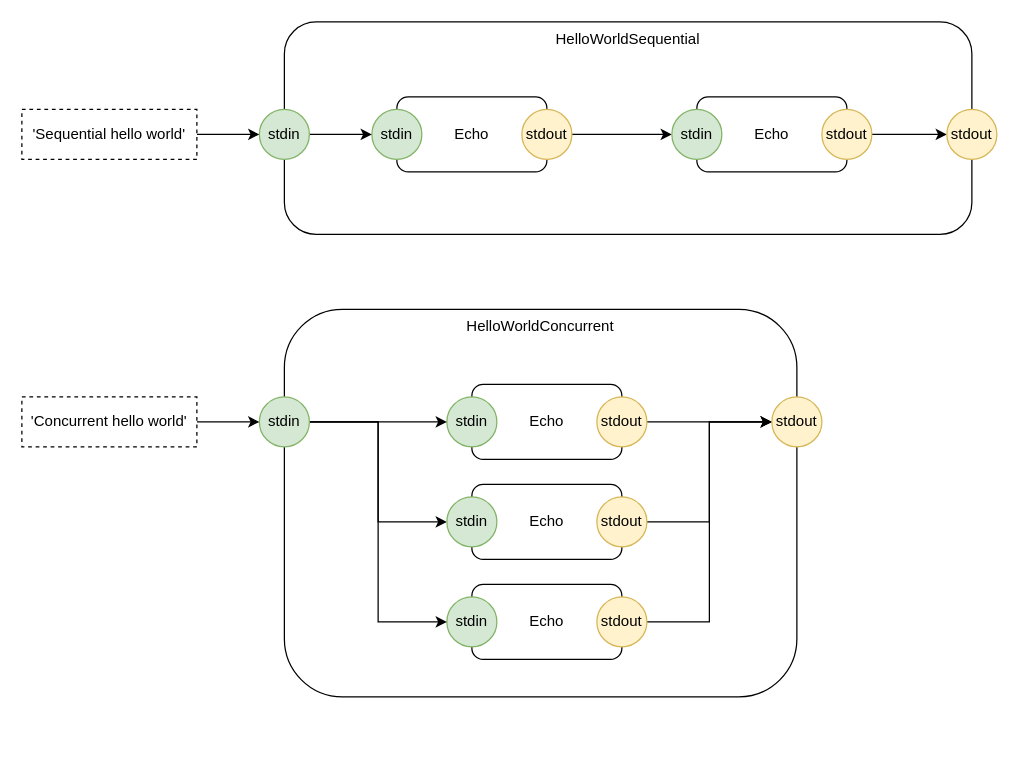
This is page "Test" (1 of 7) of doc/helloworld.drawio from guitarvydas/py0d, a draw.io file, before an edit. Source tidied: cells renumbered, new cells numbered last; positions are measured from the earlier drawing's top-left corner, leaving out a move shared by most shapes. Both pictures are drawn from the tidied source at 125%, with x=0, y=0 at pixel (21, 21).
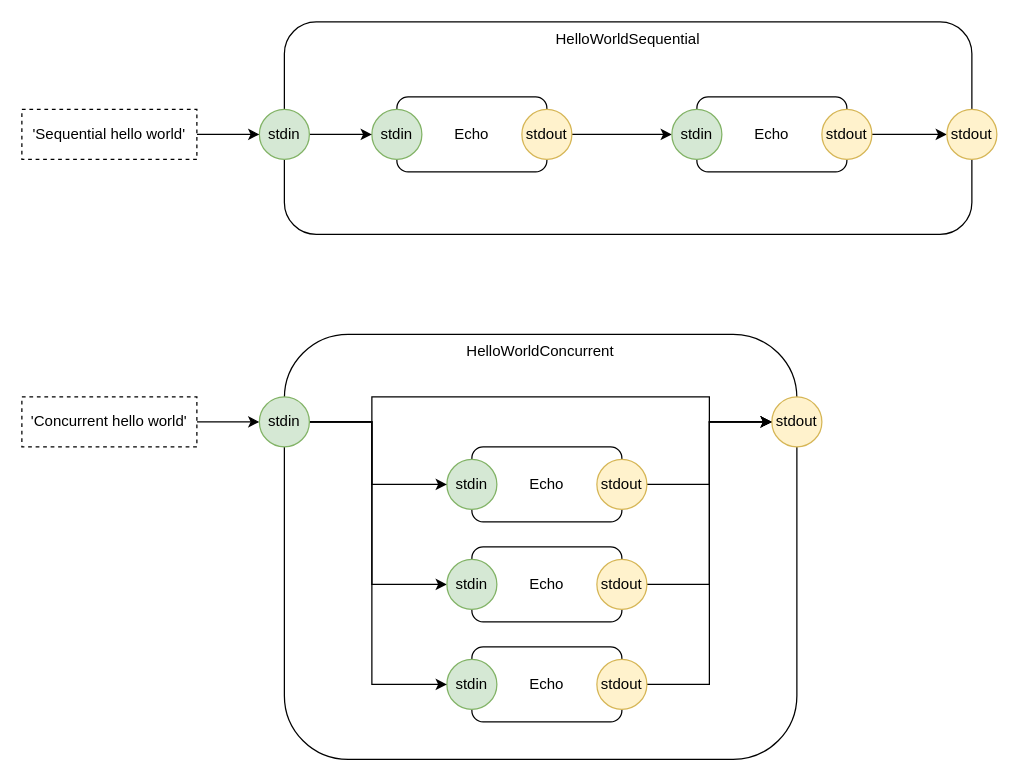
The same diagram, later.

The change refers to these unchanged cells:
```xml
<mxCell id="31" value="'Concurrent hello world'" style="rounded=0;whiteSpace=wrap;html=1;dashed=1;" parent="1" vertex="1">
  <mxGeometry y="300" width="140" height="40" as="geometry" />
</mxCell>
```

What changed in the source:
```diff
@@
-    <mxCell id="16" value="HelloWorldConcurrent" style="rounded=1;whiteSpace=wrap;html=1;verticalAlign=top;" parent="1" vertex="1">
-      <mxGeometry x="210" y="230" width="410" height="310" as="geometry" />
-    </mxCell>
-    <mxCell id="17" value="Echo" style="rounded=1;whiteSpace=wrap;html=1;" parent="1" vertex="1">
-      <mxGeometry x="360" y="290" width="120" height="60" as="geometry" />
-    </mxCell>
-    <mxCell id="18" value="Echo" style="rounded=1;whiteSpace=wrap;html=1;" parent="1" vertex="1">
-      <mxGeometry x="360" y="450" width="120" height="60" as="geometry" />
-    </mxCell>
-    <mxCell id="19" style="edgeStyle=orthogonalEdgeStyle;rounded=0;jettySize=auto;html=1;exitX=1;exitY=0.5;exitDx=0;exitDy=0;entryX=0;entryY=0.5;entryDx=0;entryDy=0;" parent="1" edge="1" source="20" target="25">
-      <mxGeometry relative="1" as="geometry" />
-    </mxCell>
-    <mxCell id="20" value="stdout" style="ellipse;whiteSpace=wrap;html=1;fillColor=#fff2cc;strokeColor=#d6b656;" parent="1" vertex="1">
-      <mxGeometry x="460" y="300" width="40" height="40" as="geometry" />
-    </mxCell>
-    <mxCell id="21" value="stdin" style="ellipse;whiteSpace=wrap;html=1;fillColor=#d5e8d4;strokeColor=#82b366;" parent="1" vertex="1">
-      <mxGeometry x="340" y="460" width="40" height="40" as="geometry" />
-    </mxCell>
-    <mxCell id="22" value="stdin" style="ellipse;whiteSpace=wrap;html=1;fillColor=#d5e8d4;strokeColor=#82b366;" parent="1" vertex="1">
-      <mxGeometry x="340" y="300" width="40" height="40" as="geometry" />
-    </mxCell>
-    <mxCell id="23" style="edgeStyle=orthogonalEdgeStyle;rounded=0;jettySize=auto;html=1;exitX=1;exitY=0.5;exitDx=0;exitDy=0;entryX=0;entryY=0.5;entryDx=0;entryDy=0;" parent="1" edge="1" source="24" target="25">
-      <mxGeometry relative="1" as="geometry" />
-    </mxCell>
-    <mxCell id="24" value="stdout" style="ellipse;whiteSpace=wrap;html=1;fillColor=#fff2cc;strokeColor=#d6b656;" parent="1" vertex="1">
-      <mxGeometry x="460" y="460" width="40" height="40" as="geometry" />
-    </mxCell>
-    <mxCell id="25" value="stdout" style="ellipse;whiteSpace=wrap;html=1;fillColor=#fff2cc;strokeColor=#d6b656;" parent="1" vertex="1">
-      <mxGeometry x="600" y="300" width="40" height="40" as="geometry" />
-    </mxCell>
-    <mxCell id="26" style="edgeStyle=orthogonalEdgeStyle;rounded=0;jettySize=auto;html=1;exitX=1;exitY=0.5;exitDx=0;exitDy=0;entryX=0;entryY=0.5;entryDx=0;entryDy=0;" parent="1" edge="1" source="29" target="22">
-      <mxGeometry relative="1" as="geometry" />
-    </mxCell>
-    <mxCell id="27" style="edgeStyle=orthogonalEdgeStyle;rounded=0;jettySize=auto;html=1;exitX=1;exitY=0.5;exitDx=0;exitDy=0;entryX=0;entryY=0.5;entryDx=0;entryDy=0;" parent="1" edge="1" source="29" target="33">
-      <mxGeometry relative="1" as="geometry" />
-    </mxCell>
-    <mxCell id="28" style="edgeStyle=orthogonalEdgeStyle;rounded=0;jettySize=auto;html=1;exitX=1;exitY=0.5;exitDx=0;exitDy=0;entryX=0;entryY=0.5;entryDx=0;entryDy=0;" parent="1" edge="1" source="29" target="21">
-      <mxGeometry relative="1" as="geometry" />
-    </mxCell>
-    <mxCell id="29" value="stdin" style="ellipse;whiteSpace=wrap;html=1;fillColor=#d5e8d4;strokeColor=#82b366;" parent="1" vertex="1">
-      <mxGeometry x="190" y="300" width="40" height="40" as="geometry" />
-    </mxCell>
-    <mxCell id="30" style="edgeStyle=orthogonalEdgeStyle;rounded=0;jettySize=auto;html=1;exitX=1;exitY=0.5;exitDx=0;exitDy=0;entryX=0;entryY=0.5;entryDx=0;entryDy=0;" parent="1" edge="1" source="31" target="29">
-      <mxGeometry relative="1" as="geometry" />
+    <mxCell id="30" style="edgeStyle=orthogonalEdgeStyle;rounded=0;jettySize=auto;html=1;exitX=1;exitY=0.5;exitDx=0;exitDy=0;entryX=0;entryY=0.5;entryDx=0;entryDy=0;" parent="1" edge="1" source="31">
+      <mxGeometry relative="1" as="geometry">
+        <mxPoint x="190" y="320" as="targetPoint" />
+      </mxGeometry>
     </mxCell>
@@
-    <mxCell id="32" value="Echo" style="rounded=1;whiteSpace=wrap;html=1;" parent="1" vertex="1">
-      <mxGeometry x="360" y="370" width="120" height="60" as="geometry" />
-    </mxCell>
-    <mxCell id="33" value="stdin" style="ellipse;whiteSpace=wrap;html=1;fillColor=#d5e8d4;strokeColor=#82b366;" parent="1" vertex="1">
-      <mxGeometry x="340" y="380" width="40" height="40" as="geometry" />
-    </mxCell>
-    <mxCell id="34" style="edgeStyle=orthogonalEdgeStyle;rounded=0;jettySize=auto;html=1;exitX=1;exitY=0.5;exitDx=0;exitDy=0;entryX=0;entryY=0.5;entryDx=0;entryDy=0;" parent="1" edge="1" source="35" target="25">
-      <mxGeometry relative="1" as="geometry" />
-    </mxCell>
-    <mxCell id="35" value="stdout" style="ellipse;whiteSpace=wrap;html=1;fillColor=#fff2cc;strokeColor=#d6b656;" parent="1" vertex="1">
-      <mxGeometry x="460" y="380" width="40" height="40" as="geometry" />
-    </mxCell>
+    <mxCell id="16" value="HelloWorldConcurrent" style="rounded=1;whiteSpace=wrap;html=1;verticalAlign=top;" parent="1" vertex="1">
+      <mxGeometry x="210" y="250" width="410" height="340" as="geometry" />
+    </mxCell>
+    <mxCell id="36" value="Echo" style="rounded=1;whiteSpace=wrap;html=1;" parent="1" vertex="1">
+      <mxGeometry x="360" y="340" width="120" height="60" as="geometry" />
+    </mxCell>
+    <mxCell id="37" value="Echo" style="rounded=1;whiteSpace=wrap;html=1;" parent="1" vertex="1">
+      <mxGeometry x="360" y="500" width="120" height="60" as="geometry" />
+    </mxCell>
+    <mxCell id="38" style="edgeStyle=orthogonalEdgeStyle;rounded=0;jettySize=auto;html=1;exitX=1;exitY=0.5;exitDx=0;exitDy=0;entryX=0;entryY=0.5;entryDx=0;entryDy=0;" parent="1" edge="1" source="39" target="25">
+      <mxGeometry relative="1" as="geometry" />
+    </mxCell>
+    <mxCell id="39" value="stdout" style="ellipse;whiteSpace=wrap;html=1;fillColor=#fff2cc;strokeColor=#d6b656;" parent="1" vertex="1">
+      <mxGeometry x="460" y="350" width="40" height="40" as="geometry" />
+    </mxCell>
+    <mxCell id="40" value="stdin" style="ellipse;whiteSpace=wrap;html=1;fillColor=#d5e8d4;strokeColor=#82b366;" parent="1" vertex="1">
+      <mxGeometry x="340" y="510" width="40" height="40" as="geometry" />
+    </mxCell>
+    <mxCell id="41" value="stdin" style="ellipse;whiteSpace=wrap;html=1;fillColor=#d5e8d4;strokeColor=#82b366;" parent="1" vertex="1">
+      <mxGeometry x="340" y="350" width="40" height="40" as="geometry" />
+    </mxCell>
+    <mxCell id="42" style="edgeStyle=orthogonalEdgeStyle;rounded=0;jettySize=auto;html=1;exitX=1;exitY=0.5;exitDx=0;exitDy=0;entryX=0;entryY=0.5;entryDx=0;entryDy=0;" parent="1" edge="1" source="43" target="25">
+      <mxGeometry relative="1" as="geometry" />
+    </mxCell>
+    <mxCell id="43" value="stdout" style="ellipse;whiteSpace=wrap;html=1;fillColor=#fff2cc;strokeColor=#d6b656;" parent="1" vertex="1">
+      <mxGeometry x="460" y="510" width="40" height="40" as="geometry" />
+    </mxCell>
+    <mxCell id="25" value="stdout" style="ellipse;whiteSpace=wrap;html=1;fillColor=#fff2cc;strokeColor=#d6b656;" parent="1" vertex="1">
+      <mxGeometry x="600" y="300" width="40" height="40" as="geometry" />
+    </mxCell>
+    <mxCell id="44" style="edgeStyle=orthogonalEdgeStyle;rounded=0;jettySize=auto;html=1;exitX=1;exitY=0.5;exitDx=0;exitDy=0;entryX=0;entryY=0.5;entryDx=0;entryDy=0;" parent="1" edge="1" source="29" target="41">
+      <mxGeometry relative="1" as="geometry">
+        <Array as="points">
+          <mxPoint x="280" y="320" />
+          <mxPoint x="280" y="370" />
+        </Array>
+      </mxGeometry>
+    </mxCell>
+    <mxCell id="45" style="edgeStyle=orthogonalEdgeStyle;rounded=0;jettySize=auto;html=1;exitX=1;exitY=0.5;exitDx=0;exitDy=0;entryX=0;entryY=0.5;entryDx=0;entryDy=0;" parent="1" edge="1" source="29" target="49">
+      <mxGeometry relative="1" as="geometry">
+        <Array as="points">
+          <mxPoint x="280" y="320" />
+          <mxPoint x="280" y="450" />
+        </Array>
+      </mxGeometry>
+    </mxCell>
+    <mxCell id="46" style="edgeStyle=orthogonalEdgeStyle;rounded=0;jettySize=auto;html=1;exitX=1;exitY=0.5;exitDx=0;exitDy=0;entryX=0;entryY=0.5;entryDx=0;entryDy=0;" parent="1" edge="1" source="29" target="40">
+      <mxGeometry relative="1" as="geometry">
+        <Array as="points">
+          <mxPoint x="280" y="320" />
+          <mxPoint x="280" y="530" />
+        </Array>
+      </mxGeometry>
+    </mxCell>
+    <mxCell id="47" style="edgeStyle=orthogonalEdgeStyle;rounded=0;jettySize=auto;html=1;exitX=1;exitY=0.5;exitDx=0;exitDy=0;entryX=0;entryY=0.5;entryDx=0;entryDy=0;" parent="1" edge="1" source="29" target="25">
+      <mxGeometry relative="1" as="geometry">
+        <Array as="points">
+          <mxPoint x="280" y="320" />
+          <mxPoint x="280" y="300" />
+          <mxPoint x="550" y="300" />
+          <mxPoint x="550" y="320" />
+        </Array>
+      </mxGeometry>
+    </mxCell>
+    <mxCell id="29" value="stdin" style="ellipse;whiteSpace=wrap;html=1;fillColor=#d5e8d4;strokeColor=#82b366;" parent="1" vertex="1">
+      <mxGeometry x="190" y="300" width="40" height="40" as="geometry" />
+    </mxCell>
+    <mxCell id="48" value="Echo" style="rounded=1;whiteSpace=wrap;html=1;" parent="1" vertex="1">
+      <mxGeometry x="360" y="420" width="120" height="60" as="geometry" />
+    </mxCell>
+    <mxCell id="49" value="stdin" style="ellipse;whiteSpace=wrap;html=1;fillColor=#d5e8d4;strokeColor=#82b366;" parent="1" vertex="1">
+      <mxGeometry x="340" y="430" width="40" height="40" as="geometry" />
+    </mxCell>
+    <mxCell id="50" style="edgeStyle=orthogonalEdgeStyle;rounded=0;jettySize=auto;html=1;exitX=1;exitY=0.5;exitDx=0;exitDy=0;entryX=0;entryY=0.5;entryDx=0;entryDy=0;" parent="1" edge="1" source="51" target="25">
+      <mxGeometry relative="1" as="geometry" />
+    </mxCell>
+    <mxCell id="51" value="stdout" style="ellipse;whiteSpace=wrap;html=1;fillColor=#fff2cc;strokeColor=#d6b656;" parent="1" vertex="1">
+      <mxGeometry x="460" y="430" width="40" height="40" as="geometry" />
+    </mxCell>
```
